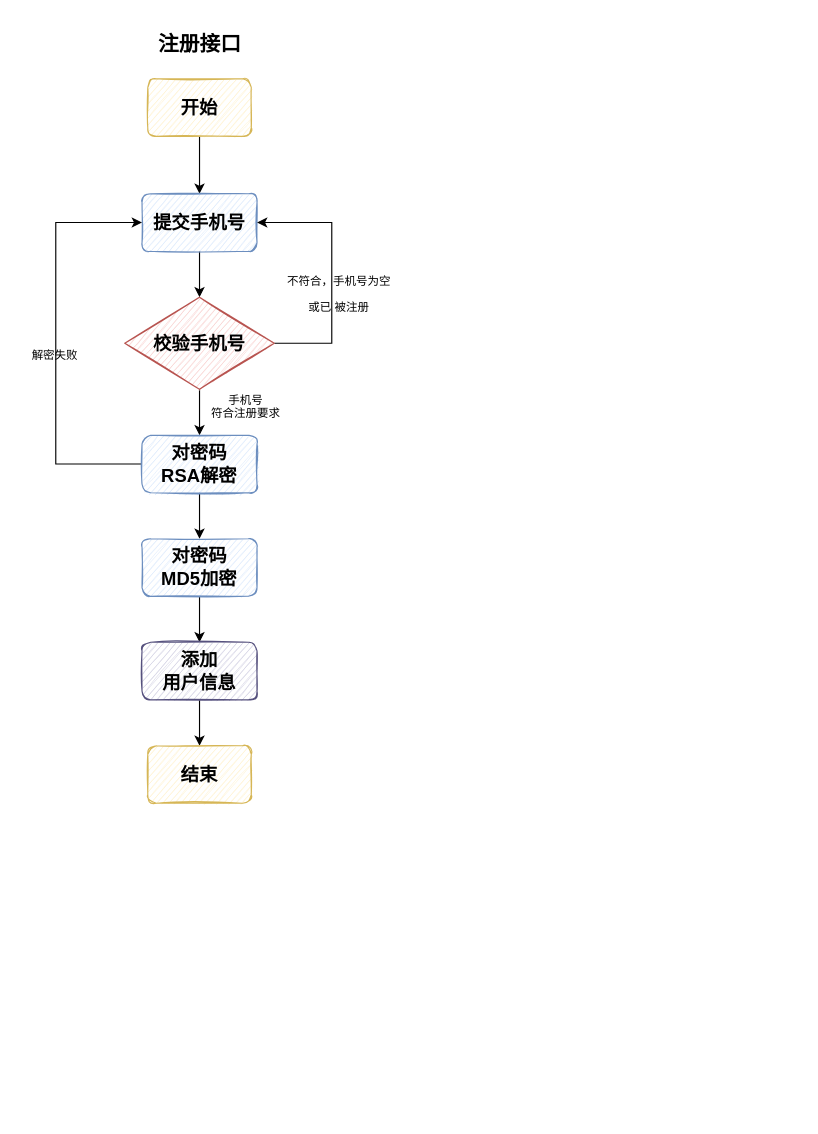
This is bilibili.drawio from Bukayoooo/Draws, a draw.io file, before an edit. Source tidied: cells renumbered, new cells numbered last; positions are measured from the earlier drawing's top-left corner, leaving out a move shared by most shapes. Both pictures are drawn from the tidied source at 115%, with x=0, y=0 at pixel (20, 32).
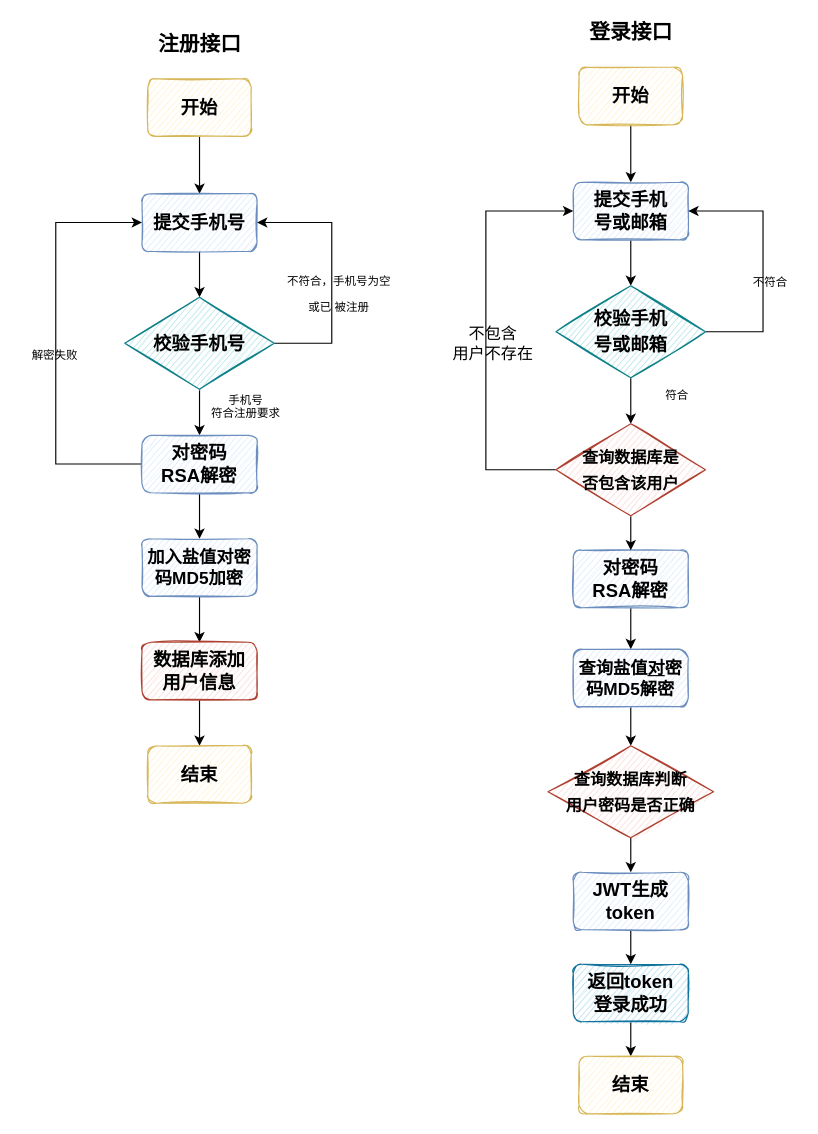
Above is the later version.

The edit, as a diff of the source:
```diff
@@
-    <mxCell id="8" value="&lt;b&gt;&lt;font style=&quot;font-size: 16px&quot;&gt;校验手机号&lt;/font&gt;&lt;/b&gt;" style="rhombus;whiteSpace=wrap;html=1;shadow=0;sketch=1;fontSize=18;fillColor=#f8cecc;strokeColor=#b85450;" parent="1" vertex="1">
+    <mxCell id="8" value="&lt;b&gt;&lt;font style=&quot;font-size: 16px&quot;&gt;校验手机号&lt;/font&gt;&lt;/b&gt;" style="rhombus;whiteSpace=wrap;html=1;shadow=0;sketch=1;fontSize=18;fillColor=#b0e3e6;strokeColor=#0e8088;" parent="1" vertex="1">
       <mxGeometry x="91" y="230" width="130" height="80" as="geometry" />
     </mxCell>
@@
-    <mxCell id="16" value="&lt;font style=&quot;font-size: 16px&quot;&gt;&lt;b&gt;对密码&lt;br&gt;MD5加密&lt;/b&gt;&lt;/font&gt;" style="rounded=1;whiteSpace=wrap;html=1;fillColor=#dae8fc;strokeColor=#6c8ebf;shadow=0;sketch=1;" parent="1" vertex="1">
+    <mxCell id="16" value="&lt;font style=&quot;font-size: 15px&quot;&gt;&lt;b&gt;加入盐值对密&lt;br&gt;码MD5加密&lt;/b&gt;&lt;/font&gt;" style="rounded=1;whiteSpace=wrap;html=1;fillColor=#dae8fc;strokeColor=#6c8ebf;shadow=0;sketch=1;" parent="1" vertex="1">
       <mxGeometry x="106" y="440" width="100" height="50" as="geometry" />
     </mxCell>
@@
-    <mxCell id="18" value="&lt;span style=&quot;font-size: 16px&quot;&gt;&lt;b&gt;添加&lt;br&gt;用户信息&lt;/b&gt;&lt;/span&gt;" style="rounded=1;whiteSpace=wrap;html=1;fillColor=#d0cee2;strokeColor=#56517e;shadow=0;sketch=1;" parent="1" vertex="1">
+    <mxCell id="18" value="&lt;span style=&quot;font-size: 16px&quot;&gt;&lt;b&gt;数据库添加&lt;br&gt;用户信息&lt;/b&gt;&lt;/span&gt;" style="rounded=1;whiteSpace=wrap;html=1;fillColor=#fad9d5;strokeColor=#ae4132;shadow=0;sketch=1;" parent="1" vertex="1">
       <mxGeometry x="106" y="530" width="100" height="50" as="geometry" />
     </mxCell>
@@
+    <mxCell id="21" style="edgeStyle=orthogonalEdgeStyle;rounded=0;jettySize=auto;html=1;exitX=0.5;exitY=1;exitDx=0;exitDy=0;entryX=0.5;entryY=0;entryDx=0;entryDy=0;fontSize=18;" parent="1" edge="1" source="22" target="24">
+      <mxGeometry relative="1" as="geometry" />
+    </mxCell>
+    <mxCell id="22" value="&lt;font size=&quot;1&quot;&gt;&lt;b style=&quot;font-size: 16px&quot;&gt;开始&lt;/b&gt;&lt;/font&gt;" style="rounded=1;whiteSpace=wrap;html=1;fillColor=#fff2cc;strokeColor=#d6b656;shadow=0;sketch=1;" parent="1" vertex="1">
+      <mxGeometry x="486" y="30" width="90" height="50" as="geometry" />
+    </mxCell>
+    <mxCell id="23" style="edgeStyle=orthogonalEdgeStyle;rounded=0;jettySize=auto;html=1;fontSize=18;" parent="1" edge="1" source="24" target="27">
+      <mxGeometry relative="1" as="geometry" />
+    </mxCell>
+    <mxCell id="24" value="&lt;font size=&quot;1&quot;&gt;&lt;b style=&quot;font-size: 16px&quot;&gt;提交手机&lt;br&gt;号或邮箱&lt;/b&gt;&lt;/font&gt;" style="rounded=1;whiteSpace=wrap;html=1;fillColor=#dae8fc;strokeColor=#6c8ebf;shadow=0;sketch=1;" parent="1" vertex="1">
+      <mxGeometry x="481" y="130" width="100" height="50" as="geometry" />
+    </mxCell>
+    <mxCell id="25" style="edgeStyle=orthogonalEdgeStyle;rounded=0;jettySize=auto;html=1;entryX=1;entryY=0.5;entryDx=0;entryDy=0;fontSize=18;" parent="1" edge="1" source="27" target="24">
+      <mxGeometry relative="1" as="geometry">
+        <Array as="points">
+          <mxPoint x="646" y="260" />
+          <mxPoint x="646" y="155" />
+        </Array>
+      </mxGeometry>
+    </mxCell>
+    <mxCell id="26" style="edgeStyle=orthogonalEdgeStyle;rounded=0;jettySize=auto;html=1;fontSize=10;" parent="1" edge="1" source="27">
+      <mxGeometry relative="1" as="geometry">
+        <mxPoint x="531" y="340" as="targetPoint" />
+      </mxGeometry>
+    </mxCell>
+    <mxCell id="27" value="&lt;b&gt;&lt;font style=&quot;font-size: 16px&quot;&gt;校验手机&lt;br&gt;号或邮箱&lt;/font&gt;&lt;/b&gt;" style="rhombus;whiteSpace=wrap;html=1;shadow=0;sketch=1;fontSize=18;fillColor=#b0e3e6;strokeColor=#0e8088;" parent="1" vertex="1">
+      <mxGeometry x="466" y="220" width="130" height="80" as="geometry" />
+    </mxCell>
+    <mxCell id="28" value="&lt;font style=&quot;font-size: 10px&quot;&gt;不符合&lt;br&gt;&lt;/font&gt;" style="text;html=1;align=center;verticalAlign=middle;strokeColor=none;fillColor=none;fontSize=18;" parent="1" vertex="1">
+      <mxGeometry x="627" y="200" width="50" height="30" as="geometry" />
+    </mxCell>
+    <mxCell id="29" value="符合" style="text;html=1;align=center;verticalAlign=middle;strokeColor=none;fillColor=none;fontSize=10;" parent="1" vertex="1">
+      <mxGeometry x="551" y="305" width="40" height="20" as="geometry" />
+    </mxCell>
+    <mxCell id="30" style="edgeStyle=orthogonalEdgeStyle;rounded=0;jettySize=auto;html=1;fontSize=16;" parent="1" edge="1" source="31" target="32">
+      <mxGeometry relative="1" as="geometry" />
+    </mxCell>
+    <mxCell id="31" value="&lt;span style=&quot;font-size: 16px&quot;&gt;&lt;b&gt;返回token&lt;br&gt;登录成功&lt;/b&gt;&lt;/span&gt;" style="rounded=1;whiteSpace=wrap;html=1;fillColor=#b1ddf0;strokeColor=#10739e;shadow=0;sketch=1;" parent="1" vertex="1">
+      <mxGeometry x="481" y="810" width="100" height="50" as="geometry" />
+    </mxCell>
+    <mxCell id="32" value="&lt;font size=&quot;1&quot;&gt;&lt;b style=&quot;font-size: 16px&quot;&gt;结束&lt;/b&gt;&lt;/font&gt;" style="rounded=1;whiteSpace=wrap;html=1;fillColor=#fff2cc;strokeColor=#d6b656;shadow=0;sketch=1;" parent="1" vertex="1">
+      <mxGeometry x="486" y="890" width="90" height="50" as="geometry" />
+    </mxCell>
+    <mxCell id="33" value="&lt;b&gt;&lt;font style=&quot;font-size: 18px&quot;&gt;登录接口&lt;/font&gt;&lt;/b&gt;" style="text;html=1;align=center;verticalAlign=middle;strokeColor=none;fillColor=none;fontSize=10;" parent="1" vertex="1">
+      <mxGeometry x="486" y="-10" width="90" height="20" as="geometry" />
+    </mxCell>
+    <mxCell id="34" style="edgeStyle=orthogonalEdgeStyle;rounded=0;jettySize=auto;html=1;fontSize=15;" parent="1" edge="1" source="35" target="41">
+      <mxGeometry relative="1" as="geometry" />
+    </mxCell>
+    <mxCell id="35" value="&lt;font style=&quot;font-size: 16px&quot;&gt;&lt;b&gt;对密码&lt;br&gt;RSA解密&lt;/b&gt;&lt;/font&gt;" style="rounded=1;whiteSpace=wrap;html=1;fillColor=#dae8fc;strokeColor=#6c8ebf;shadow=0;sketch=1;" parent="1" vertex="1">
+      <mxGeometry x="481" y="450" width="100" height="50" as="geometry" />
+    </mxCell>
+    <mxCell id="36" style="edgeStyle=orthogonalEdgeStyle;rounded=0;jettySize=auto;html=1;entryX=0;entryY=0.5;entryDx=0;entryDy=0;fontSize=14;" parent="1" edge="1" source="38" target="24">
+      <mxGeometry relative="1" as="geometry">
+        <Array as="points">
+          <mxPoint x="405" y="380" />
+          <mxPoint x="405" y="155" />
+        </Array>
+      </mxGeometry>
+    </mxCell>
+    <mxCell id="37" style="edgeStyle=orthogonalEdgeStyle;rounded=0;jettySize=auto;html=1;fontSize=15;" parent="1" edge="1" source="38" target="35">
+      <mxGeometry relative="1" as="geometry" />
+    </mxCell>
+    <mxCell id="38" value="&lt;b style=&quot;font-size: 14px&quot;&gt;&lt;font style=&quot;font-size: 14px&quot;&gt;查询数据库是&lt;br&gt;否包含该用户&lt;/font&gt;&lt;/b&gt;" style="rhombus;whiteSpace=wrap;html=1;shadow=0;sketch=1;fontSize=18;fillColor=#fad9d5;strokeColor=#ae4132;" parent="1" vertex="1">
+      <mxGeometry x="466" y="340" width="130" height="80" as="geometry" />
+    </mxCell>
+    <mxCell id="39" value="不包含&lt;br&gt;用户不存在" style="text;html=1;align=center;verticalAlign=middle;strokeColor=none;fillColor=none;fontSize=14;" parent="1" vertex="1">
+      <mxGeometry x="366" y="250" width="90" height="40" as="geometry" />
+    </mxCell>
+    <mxCell id="40" style="edgeStyle=orthogonalEdgeStyle;rounded=0;jettySize=auto;html=1;fontSize=15;" parent="1" edge="1" source="41" target="43">
+      <mxGeometry relative="1" as="geometry" />
+    </mxCell>
+    <mxCell id="41" value="&lt;font style=&quot;font-size: 15px&quot;&gt;&lt;b&gt;查询盐值&lt;u&gt;对&lt;/u&gt;密码MD5解密&lt;/b&gt;&lt;/font&gt;" style="rounded=1;whiteSpace=wrap;html=1;fillColor=#dae8fc;strokeColor=#6c8ebf;shadow=0;sketch=1;" parent="1" vertex="1">
+      <mxGeometry x="481" y="536" width="100" height="50" as="geometry" />
+    </mxCell>
+    <mxCell id="42" style="edgeStyle=orthogonalEdgeStyle;rounded=0;jettySize=auto;html=1;fontSize=16;" parent="1" edge="1" source="43" target="45">
+      <mxGeometry relative="1" as="geometry" />
+    </mxCell>
+    <mxCell id="43" value="&lt;span style=&quot;font-size: 14px&quot;&gt;&lt;b&gt;查询数据库判断&lt;br&gt;用户密码是否正确&lt;/b&gt;&lt;/span&gt;" style="rhombus;whiteSpace=wrap;html=1;shadow=0;sketch=1;fontSize=18;fillColor=#fad9d5;strokeColor=#ae4132;" parent="1" vertex="1">
+      <mxGeometry x="459" y="620" width="144" height="80" as="geometry" />
+    </mxCell>
+    <mxCell id="44" style="edgeStyle=orthogonalEdgeStyle;rounded=0;jettySize=auto;html=1;fontSize=16;" parent="1" edge="1" source="45" target="31">
+      <mxGeometry relative="1" as="geometry" />
+    </mxCell>
+    <mxCell id="45" value="&lt;b&gt;&lt;font style=&quot;font-size: 16px&quot;&gt;JWT生成token&lt;/font&gt;&lt;/b&gt;" style="rounded=1;whiteSpace=wrap;html=1;fillColor=#dae8fc;strokeColor=#6c8ebf;shadow=0;sketch=1;" parent="1" vertex="1">
+      <mxGeometry x="481" y="730" width="100" height="50" as="geometry" />
+    </mxCell>
```
